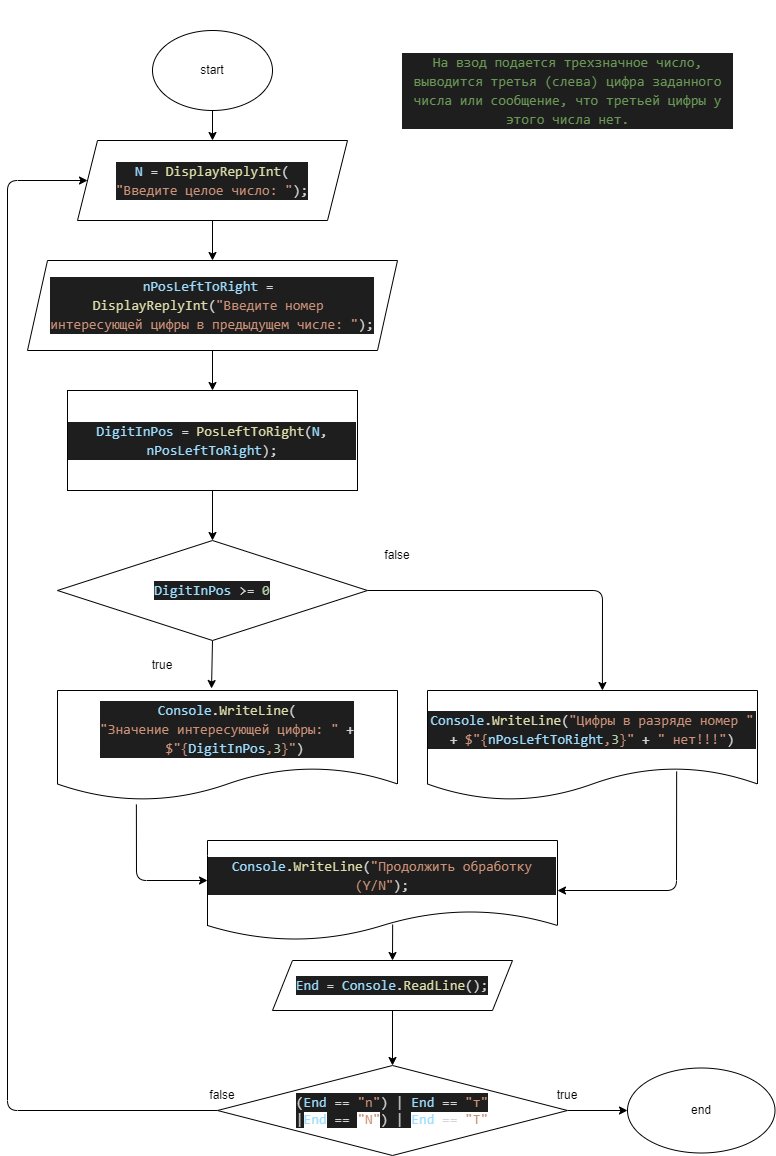
Before: Sem002_013/Blockchart013.drawio.png, a diagram exported from draw.io (ValeriiLubiako/C-Sharp_Repo). Source tidied: cells renumbered, new cells last; positions are measured from the earlier drawing's top-left corner, leaving out a move shared by most shapes.
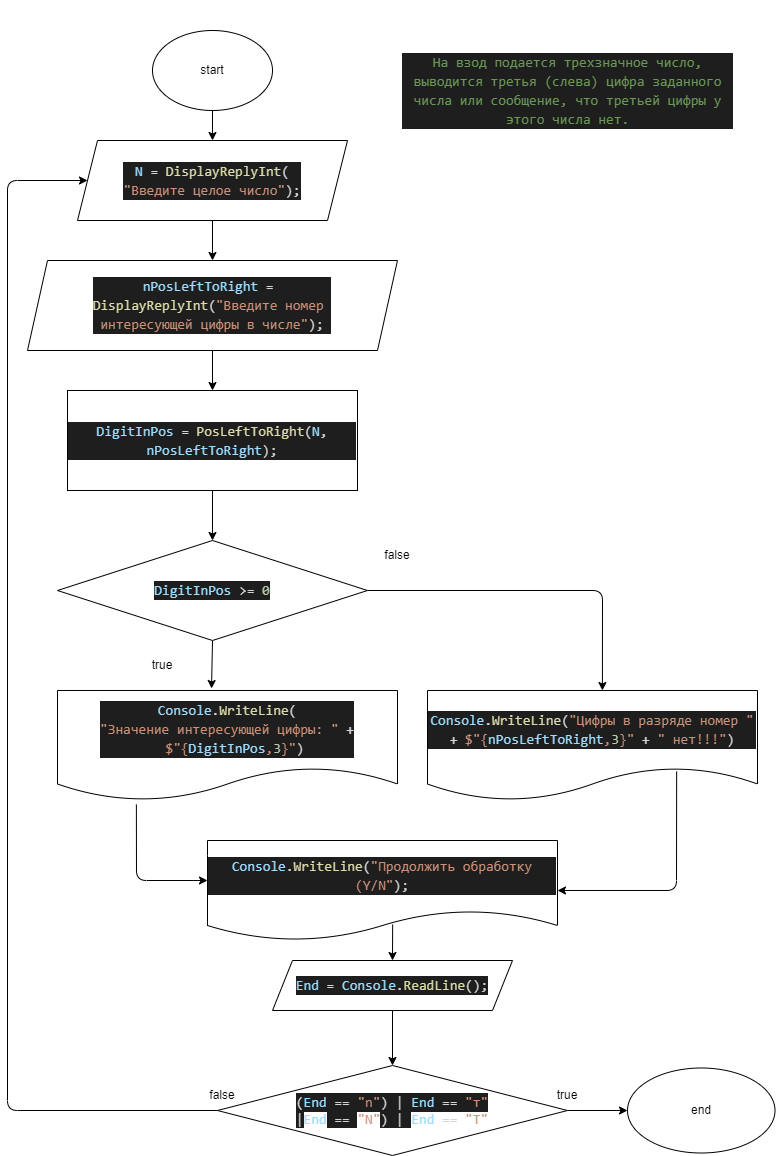
Later version of the same file.

Diff of the diagram source:
```diff
@@ -11,13 +11,13 @@
     <mxCell id="4" style="edgeStyle=none;html=1;exitX=0.5;exitY=1;exitDx=0;exitDy=0;entryX=0.5;entryY=0;entryDx=0;entryDy=0;" parent="1" edge="1" source="5" target="7">
       <mxGeometry relative="1" as="geometry" />
     </mxCell>
-    <mxCell id="5" value="&lt;div style=&quot;color: rgb(212 , 212 , 212) ; background-color: rgb(30 , 30 , 30) ; font-family: &amp;#34;consolas&amp;#34; , &amp;#34;courier new&amp;#34; , monospace ; font-size: 14px ; line-height: 19px&quot;&gt;&lt;span style=&quot;color: #9cdcfe&quot;&gt;N&lt;/span&gt; = &lt;span style=&quot;color: #dcdcaa&quot;&gt;DisplayReplyInt&lt;/span&gt;(&lt;/div&gt;&lt;div style=&quot;color: rgb(212 , 212 , 212) ; background-color: rgb(30 , 30 , 30) ; font-family: &amp;#34;consolas&amp;#34; , &amp;#34;courier new&amp;#34; , monospace ; font-size: 14px ; line-height: 19px&quot;&gt;&lt;span style=&quot;color: #ce9178&quot;&gt;&quot;Введите целое число: &quot;&lt;/span&gt;);&lt;/div&gt;" style="shape=parallelogram;perimeter=parallelogramPerimeter;whiteSpace=wrap;html=1;fixedSize=1;" parent="1" vertex="1">
+    <mxCell id="5" value="&lt;div style=&quot;color: rgb(212 , 212 , 212) ; background-color: rgb(30 , 30 , 30) ; font-family: &amp;#34;consolas&amp;#34; , &amp;#34;courier new&amp;#34; , monospace ; font-size: 14px ; line-height: 19px&quot;&gt;&lt;span style=&quot;color: #9cdcfe&quot;&gt;N&lt;/span&gt; = &lt;span style=&quot;color: #dcdcaa&quot;&gt;DisplayReplyInt&lt;/span&gt;(&lt;/div&gt;&lt;div style=&quot;color: rgb(212 , 212 , 212) ; background-color: rgb(30 , 30 , 30) ; font-family: &amp;#34;consolas&amp;#34; , &amp;#34;courier new&amp;#34; , monospace ; font-size: 14px ; line-height: 19px&quot;&gt;&lt;span style=&quot;color: #ce9178&quot;&gt;&quot;Введите целое число&quot;&lt;/span&gt;);&lt;/div&gt;" style="shape=parallelogram;perimeter=parallelogramPerimeter;whiteSpace=wrap;html=1;fixedSize=1;" parent="1" vertex="1">
       <mxGeometry x="70" y="140" width="270" height="80" as="geometry" />
     </mxCell>
     <mxCell id="6" style="edgeStyle=none;html=1;exitX=0.5;exitY=1;exitDx=0;exitDy=0;entryX=0.5;entryY=0;entryDx=0;entryDy=0;" parent="1" edge="1" source="7" target="9">
       <mxGeometry relative="1" as="geometry" />
     </mxCell>
-    <mxCell id="7" value="&lt;div style=&quot;color: rgb(212 , 212 , 212) ; background-color: rgb(30 , 30 , 30) ; font-family: &amp;#34;consolas&amp;#34; , &amp;#34;courier new&amp;#34; , monospace ; font-size: 14px ; line-height: 19px&quot;&gt;&lt;span style=&quot;color: #9cdcfe&quot;&gt;nPosLeftToRight&lt;/span&gt; =&amp;nbsp;&lt;/div&gt;&lt;div style=&quot;color: rgb(212 , 212 , 212) ; background-color: rgb(30 , 30 , 30) ; font-family: &amp;#34;consolas&amp;#34; , &amp;#34;courier new&amp;#34; , monospace ; font-size: 14px ; line-height: 19px&quot;&gt;&lt;span style=&quot;color: #dcdcaa&quot;&gt;DisplayReplyInt&lt;/span&gt;(&lt;span style=&quot;color: #ce9178&quot;&gt;&quot;Введите номер&amp;nbsp;&lt;/span&gt;&lt;/div&gt;&lt;div style=&quot;color: rgb(212 , 212 , 212) ; background-color: rgb(30 , 30 , 30) ; font-family: &amp;#34;consolas&amp;#34; , &amp;#34;courier new&amp;#34; , monospace ; font-size: 14px ; line-height: 19px&quot;&gt;&lt;span style=&quot;color: #ce9178&quot;&gt;интересующей цифры в предыдущем числе: &quot;&lt;/span&gt;);&lt;/div&gt;" style="shape=parallelogram;perimeter=parallelogramPerimeter;whiteSpace=wrap;html=1;fixedSize=1;" parent="1" vertex="1">
+    <mxCell id="7" value="&lt;div style=&quot;color: rgb(212 , 212 , 212) ; background-color: rgb(30 , 30 , 30) ; font-family: &amp;#34;consolas&amp;#34; , &amp;#34;courier new&amp;#34; , monospace ; font-size: 14px ; line-height: 19px&quot;&gt;&lt;span style=&quot;color: #9cdcfe&quot;&gt;nPosLeftToRight&lt;/span&gt; =&amp;nbsp;&lt;/div&gt;&lt;div style=&quot;color: rgb(212 , 212 , 212) ; background-color: rgb(30 , 30 , 30) ; font-family: &amp;#34;consolas&amp;#34; , &amp;#34;courier new&amp;#34; , monospace ; font-size: 14px ; line-height: 19px&quot;&gt;&lt;span style=&quot;color: #dcdcaa&quot;&gt;DisplayReplyInt&lt;/span&gt;(&lt;span style=&quot;color: #ce9178&quot;&gt;&quot;Введите номер&amp;nbsp;&lt;/span&gt;&lt;/div&gt;&lt;div style=&quot;color: rgb(212 , 212 , 212) ; background-color: rgb(30 , 30 , 30) ; font-family: &amp;#34;consolas&amp;#34; , &amp;#34;courier new&amp;#34; , monospace ; font-size: 14px ; line-height: 19px&quot;&gt;&lt;span style=&quot;color: #ce9178&quot;&gt;интересующей цифры в числе&quot;&lt;/span&gt;);&lt;/div&gt;" style="shape=parallelogram;perimeter=parallelogramPerimeter;whiteSpace=wrap;html=1;fixedSize=1;" parent="1" vertex="1">
       <mxGeometry x="20" y="260" width="370" height="90" as="geometry" />
     </mxCell>
     <mxCell id="8" style="edgeStyle=none;html=1;exitX=0.5;exitY=1;exitDx=0;exitDy=0;entryX=0.5;entryY=0;entryDx=0;entryDy=0;" parent="1" edge="1" source="9" target="12">
```
